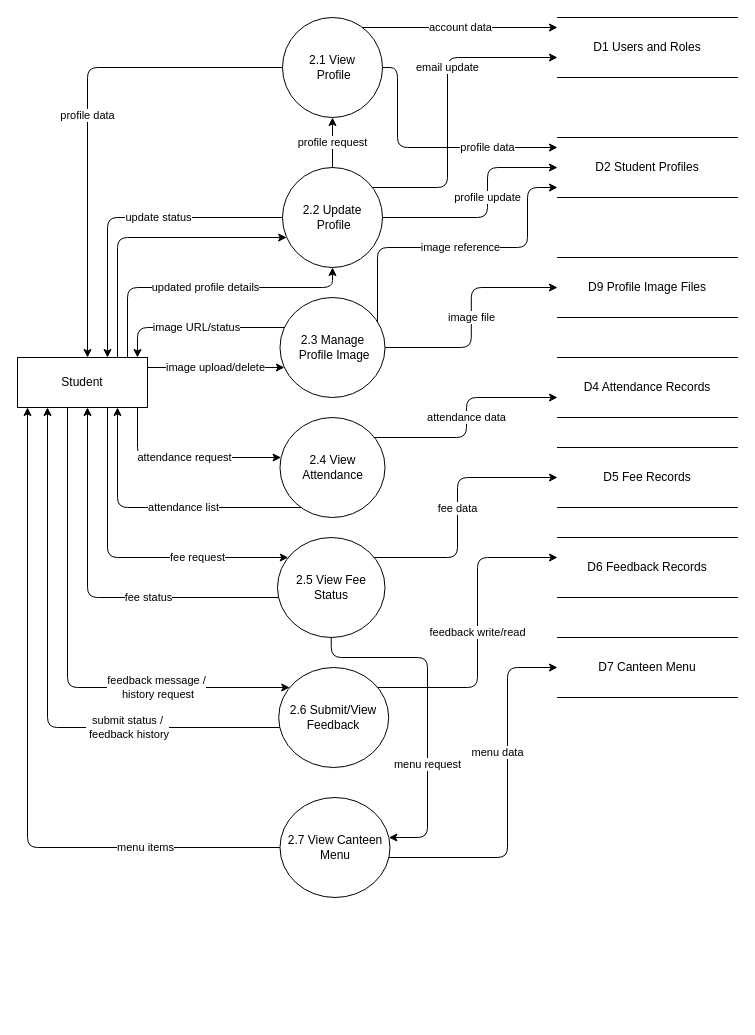
The draw.io diagram page "Level 2 - Student Self-Service" (3 of 9) of DFD-drawio.drawio in Saurabh-Niwate/Hostel-Management-System, before the edit. Source tidied: cells renumbered, new cells numbered last; positions are measured from the earlier drawing's top-left corner, leaving out a move shared by most shapes. Both pictures are drawn from the tidied source at 100%, with x=0, y=0 at pixel (17, 17).
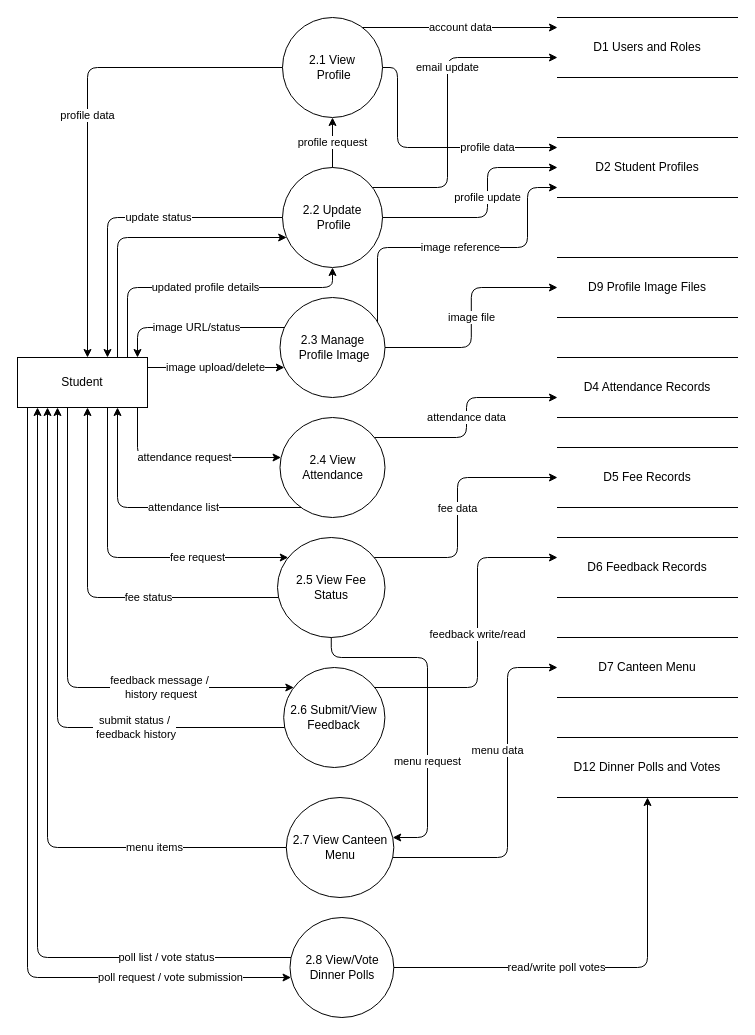
The same diagram, later.

Unchanged cells that the change refers to:
```xml
<mxCell id="4" value="Student" style="rounded=0;whiteSpace=wrap;html=1;" parent="1" vertex="1">
  <mxGeometry y="340" width="130" height="50" as="geometry" />
</mxCell>
```

Change to the diagram source:
```diff
@@
     <mxCell id="8" value="2.6 Submit/View Feedback" style="ellipse;whiteSpace=wrap;html=1;" parent="1" vertex="1">
-      <mxGeometry x="261.2" y="650" width="110" height="100" as="geometry" />
+      <mxGeometry x="266.2" y="650" width="101.2" height="100" as="geometry" />
     </mxCell>
     <mxCell id="9" value="2.7 View Canteen Menu" style="ellipse;whiteSpace=wrap;html=1;" parent="1" vertex="1">
-      <mxGeometry x="262.5" y="780" width="110" height="100" as="geometry" />
+      <mxGeometry x="268.8" y="780" width="107.5" height="100" as="geometry" />
     </mxCell>
@@
     <mxCell id="36" value="submit status /&lt;div&gt;&amp;nbsp;feedback history&lt;/div&gt;" style="edgeStyle=orthogonalEdgeStyle;html=1;" parent="1" edge="1" source="8" target="4">
       <mxGeometry x="-0.45" relative="1" as="geometry">
         <Array as="points">
-          <mxPoint x="30" y="710" />
+          <mxPoint x="40" y="710" />
         </Array>
       </mxGeometry>
     </mxCell>
@@
     <mxCell id="39" value="menu items" style="edgeStyle=orthogonalEdgeStyle;html=1;" parent="1" edge="1" source="9" target="4">
       <mxGeometry x="-0.61" relative="1" as="geometry">
         <Array as="points">
-          <mxPoint x="10" y="830" />
+          <mxPoint x="30" y="830" />
         </Array>
       </mxGeometry>
     </mxCell>
@@
+    <mxCell id="42" value="2.8 View/Vote Dinner Polls" style="ellipse;whiteSpace=wrap;html=1;" parent="1" vertex="1">
+      <mxGeometry x="272.5" y="900" width="103.8" height="100" as="geometry" />
+    </mxCell>
+    <mxCell id="43" value="D12 Dinner Polls and Votes" style="shape=partialRectangle;whiteSpace=wrap;html=1;left=0;right=0;fillColor=none;" parent="1" vertex="1">
+      <mxGeometry x="540" y="720" width="180" height="60" as="geometry" />
+    </mxCell>
+    <mxCell id="44" value="poll request / vote submission" style="edgeStyle=orthogonalEdgeStyle;html=1;" parent="1" edge="1" source="4" target="42">
+      <mxGeometry x="0.71" relative="1" as="geometry">
+        <Array as="points">
+          <mxPoint x="10" y="960" />
+        </Array>
+      </mxGeometry>
+    </mxCell>
+    <mxCell id="45" value="poll list / vote status" style="edgeStyle=orthogonalEdgeStyle;html=1;" parent="1" edge="1" source="42" target="4">
+      <mxGeometry x="-0.69" relative="1" as="geometry">
+        <Array as="points">
+          <mxPoint x="20" y="940" />
+        </Array>
+      </mxGeometry>
+    </mxCell>
+    <mxCell id="46" value="read/write poll votes" style="edgeStyle=orthogonalEdgeStyle;html=1;" parent="1" edge="1" source="42" target="43">
+      <mxGeometry x="-0.23" relative="1" as="geometry" />
+    </mxCell>
```
